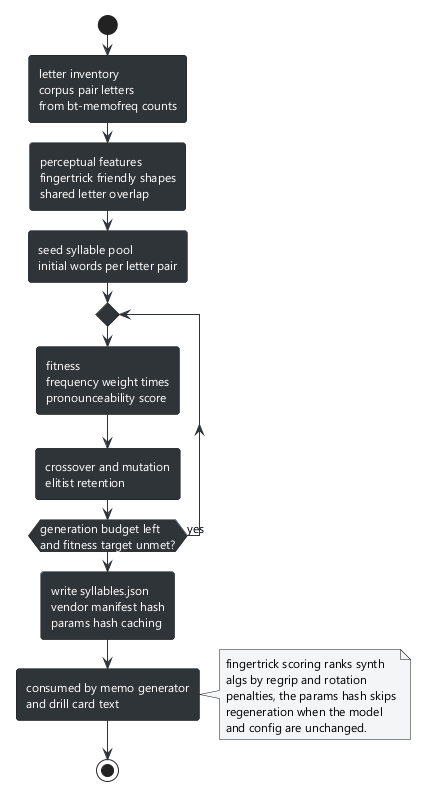
The PlantUML diagram docs/diagrams/05-ga.png in lavantien/blind-trainer, before a commit.
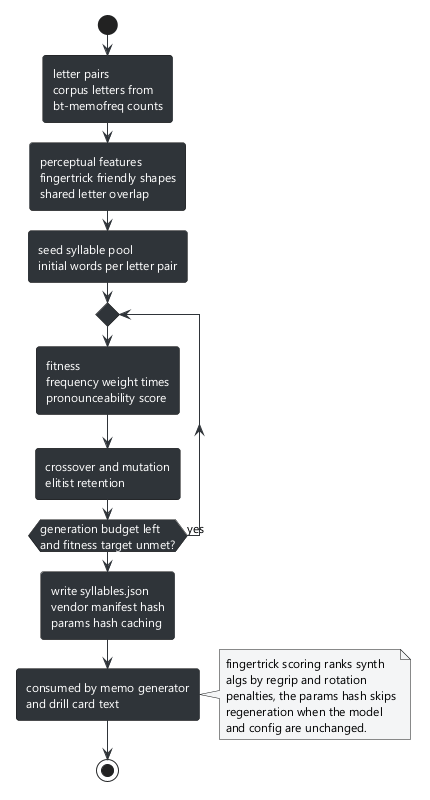
After the commit.

What changed in the source:
```diff
@@ -8,7 +8,7 @@
 skinparam ActivityFontColor #FFFFFF
 skinparam NoteBackgroundColor #f4f5f6
 start
-:letter inventory\ncorpus pair letters\nfrom bt-memofreq counts;
+:letter pairs\ncorpus letters from\nbt-memofreq counts;
 :perceptual features\nfingertrick friendly shapes\nshared letter overlap;
 :seed syllable pool\ninitial words per letter pair;
 repeat
```
